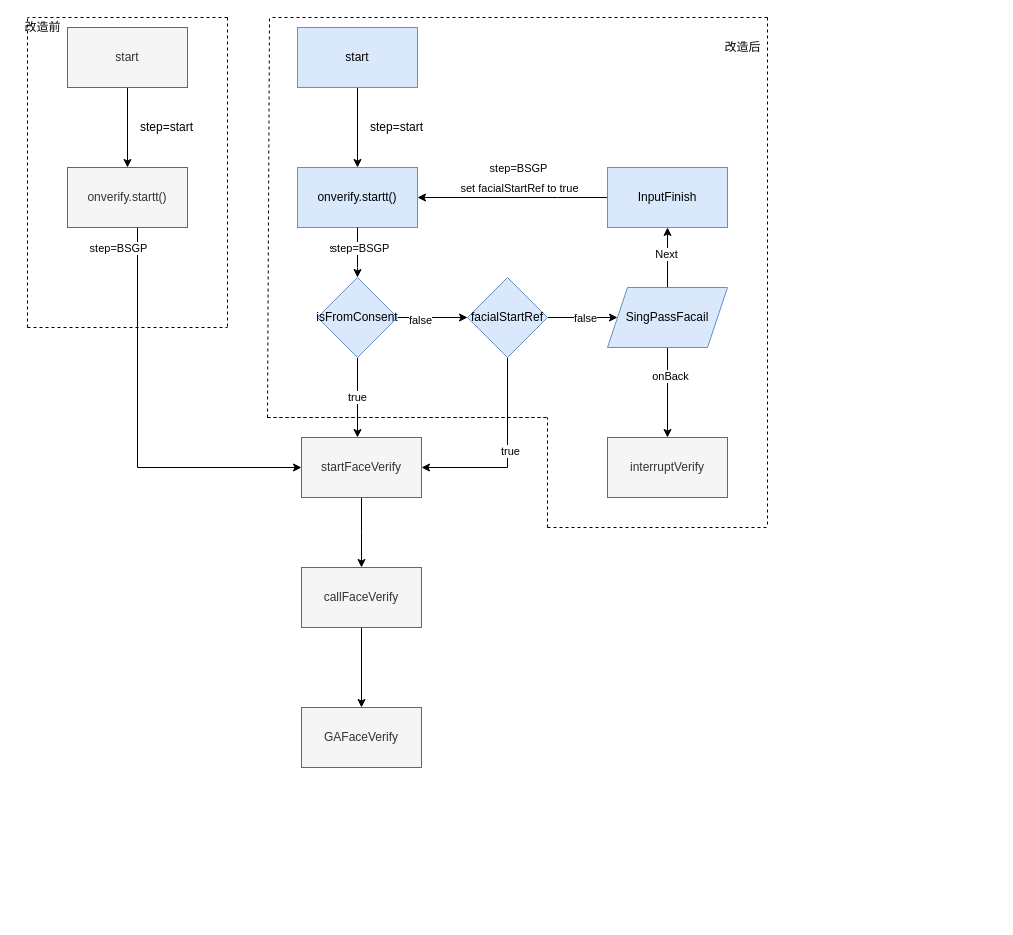
The draw.io diagram src/assets/Untitled Diagram.drawio in RexYao97/sfrex, before the edit. Source tidied: cells renumbered, new cells numbered last; positions are measured from the earlier drawing's top-left corner, leaving out a move shared by most shapes. Both pictures are drawn from the tidied source at 100%, with x=0, y=0 at pixel (17, 17).
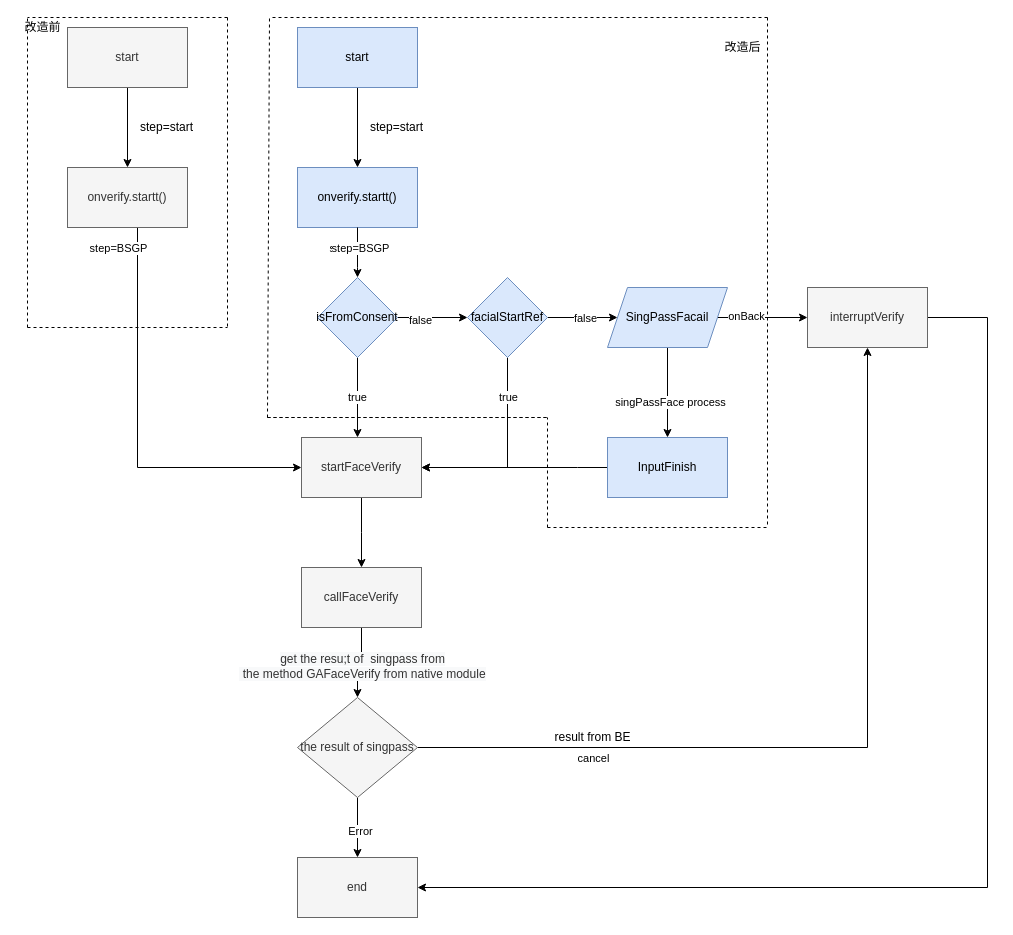
Above is the later version.

Unchanged cells that the change refers to:
```xml
<mxCell id="9" value="onverify.startt()" style="rounded=0;whiteSpace=wrap;html=1;fillColor=#dae8fc;strokeColor=#6c8ebf;" parent="1" vertex="1">
  <mxGeometry x="280" y="150" width="120" height="60" as="geometry" />
</mxCell>
<mxCell id="11" style="edgeStyle=orthogonalEdgeStyle;rounded=0;jettySize=auto;html=1;exitX=0.5;exitY=1;exitDx=0;exitDy=0;" parent="1" edge="1" source="9" target="31">
  <mxGeometry relative="1" as="geometry">
    <Array as="points">
      <mxPoint x="340" y="250" />
    </Array>
  </mxGeometry>
</mxCell>
<mxCell id="17" value="startFaceVerify" style="rounded=0;whiteSpace=wrap;html=1;fillColor=#f5f5f5;fontColor=#333333;strokeColor=#666666;" parent="1" vertex="1">
  <mxGeometry x="284" y="420" width="120" height="60" as="geometry" />
</mxCell>
<mxCell id="18" style="edgeStyle=orthogonalEdgeStyle;rounded=0;jettySize=auto;html=1;" parent="1" edge="1" source="19" target="20">
  <mxGeometry relative="1" as="geometry" />
</mxCell>
<mxCell id="23" style="edgeStyle=orthogonalEdgeStyle;rounded=0;jettySize=auto;html=1;startArrow=none;" parent="1" edge="1" source="32" target="28">
  <mxGeometry relative="1" as="geometry" />
</mxCell>
<mxCell id="47" style="edgeStyle=orthogonalEdgeStyle;rounded=0;jettySize=auto;html=1;entryX=1;entryY=0.5;entryDx=0;entryDy=0;" parent="1" edge="1" source="51" target="17">
  <mxGeometry relative="1" as="geometry">
    <Array as="points">
      <mxPoint x="490" y="450" />
    </Array>
  </mxGeometry>
</mxCell>
```

Diff of the diagram source:
```diff
@@
-    <mxCell id="13" value="step=BSGP" style="edgeLabel;html=1;align=center;verticalAlign=middle;" parent="11" vertex="1">
-      <mxGeometry x="-0.38" y="3" relative="1" as="geometry">
-        <mxPoint x="157" y="-76" as="offset" />
-      </mxGeometry>
-    </mxCell>
@@
+    <mxCell id="52" value="&lt;span style=&quot;color: rgb(51, 51, 51); font-size: 12px; background-color: rgb(248, 249, 250);&quot;&gt;get the resu;t of&amp;nbsp; singpass from&lt;br&gt;&amp;nbsp;the method GAFaceVerify from native module&lt;/span&gt;" style="edgeLabel;html=1;align=center;verticalAlign=middle;" parent="18" vertex="1">
+      <mxGeometry x="-0.38" y="-2" relative="1" as="geometry">
+        <mxPoint x="2" y="15" as="offset" />
+      </mxGeometry>
+    </mxCell>
@@
+    <mxCell id="53" style="edgeStyle=orthogonalEdgeStyle;rounded=0;jettySize=auto;html=1;" parent="1" edge="1" source="20" target="59">
+      <mxGeometry relative="1" as="geometry" />
+    </mxCell>
+    <mxCell id="54" value="cancel" style="edgeLabel;html=1;align=center;verticalAlign=middle;" parent="53" vertex="1">
+      <mxGeometry x="-0.22" y="-1" relative="1" as="geometry">
+        <mxPoint x="236" y="-63" as="offset" />
+      </mxGeometry>
+    </mxCell>
+    <mxCell id="55" value="Error" style="edgeLabel;html=1;align=center;verticalAlign=middle;" parent="53" vertex="1">
+      <mxGeometry x="0.08" y="2" relative="1" as="geometry">
+        <mxPoint y="1" as="offset" />
+      </mxGeometry>
+    </mxCell>
+    <mxCell id="56" style="edgeStyle=orthogonalEdgeStyle;rounded=0;jettySize=auto;html=1;entryX=0.5;entryY=1;entryDx=0;entryDy=0;" parent="1" edge="1" source="20" target="25">
+      <mxGeometry relative="1" as="geometry" />
+    </mxCell>
-    <mxCell id="20" value="GAFaceVerify" style="rounded=0;whiteSpace=wrap;html=1;fillColor=#f5f5f5;fontColor=#333333;strokeColor=#666666;" parent="1" vertex="1">
-      <mxGeometry x="284" y="690" width="120" height="60" as="geometry" />
+    <mxCell id="20" value="the result of singpass" style="rhombus;whiteSpace=wrap;html=1;fontFamily=Helvetica;fontSize=12;fontColor=#333333;align=center;strokeColor=#666666;fillColor=#f5f5f5;" parent="1" vertex="1">
+      <mxGeometry x="280" y="680" width="120" height="100" as="geometry" />
     </mxCell>
@@
-    <mxCell id="24" value="Next" style="edgeLabel;html=1;align=center;verticalAlign=middle;" parent="23" vertex="1">
+    <mxCell id="24" value="singPassFace process" style="edgeLabel;html=1;align=center;verticalAlign=middle;" parent="23" vertex="1">
       <mxGeometry x="0.17" y="2" relative="1" as="geometry">
         <mxPoint y="1" as="offset" />
       </mxGeometry>
     </mxCell>
+    <mxCell id="57" style="edgeStyle=orthogonalEdgeStyle;rounded=0;jettySize=auto;html=1;" parent="1" edge="1" source="25" target="59">
+      <mxGeometry relative="1" as="geometry">
+        <Array as="points">
+          <mxPoint x="970" y="300" />
+          <mxPoint x="970" y="870" />
+        </Array>
+      </mxGeometry>
+    </mxCell>
     <mxCell id="25" value="interruptVerify" style="whiteSpace=wrap;html=1;fillColor=#f5f5f5;strokeColor=#666666;fontColor=#333333;" parent="1" vertex="1">
-      <mxGeometry x="590" y="420" width="120" height="60" as="geometry" />
+      <mxGeometry x="790" y="270" width="120" height="60" as="geometry" />
     </mxCell>
-    <mxCell id="26" style="edgeStyle=orthogonalEdgeStyle;rounded=0;jettySize=auto;html=1;entryX=1;entryY=0.5;entryDx=0;entryDy=0;" parent="1" edge="1" source="28" target="9">
-      <mxGeometry relative="1" as="geometry">
-        <Array as="points">
-          <mxPoint x="540" y="180" />
-        </Array>
-      </mxGeometry>
-    </mxCell>
-    <mxCell id="27" value="set facialStartRef to true" style="edgeLabel;html=1;align=center;verticalAlign=middle;" parent="26" vertex="1">
-      <mxGeometry x="-0.29" y="-2" relative="1" as="geometry">
-        <mxPoint x="-22" y="-8" as="offset" />
-      </mxGeometry>
-    </mxCell>
+    <mxCell id="58" style="edgeStyle=orthogonalEdgeStyle;rounded=0;jettySize=auto;html=1;entryX=1;entryY=0.5;entryDx=0;entryDy=0;" parent="1" edge="1" source="28" target="17">
+      <mxGeometry relative="1" as="geometry">
+        <Array as="points">
+          <mxPoint x="560" y="450" />
+          <mxPoint x="560" y="450" />
+        </Array>
+      </mxGeometry>
+    </mxCell>
     <mxCell id="28" value="InputFinish" style="whiteSpace=wrap;html=1;fillColor=#dae8fc;strokeColor=#6c8ebf;" parent="1" vertex="1">
-      <mxGeometry x="590" y="150" width="120" height="60" as="geometry" />
+      <mxGeometry x="590" y="420" width="120" height="60" as="geometry" />
     </mxCell>
@@
     <mxCell id="48" value="true" style="edgeLabel;html=1;align=center;verticalAlign=middle;" parent="47" vertex="1">
-      <mxGeometry x="-0.05" y="2" relative="1" as="geometry" />
+      <mxGeometry x="-0.05" y="2" relative="1" as="geometry">
+        <mxPoint x="-2" y="-54" as="offset" />
+      </mxGeometry>
     </mxCell>
@@
+    <mxCell id="59" value="end" style="rounded=0;whiteSpace=wrap;html=1;fillColor=#f5f5f5;fontColor=#333333;strokeColor=#666666;" parent="1" vertex="1">
+      <mxGeometry x="280" y="840" width="120" height="60" as="geometry" />
+    </mxCell>
+    <mxCell id="60" value="result from BE" style="text;html=1;align=center;verticalAlign=middle;strokeColor=none;fillColor=none;" parent="1" vertex="1">
+      <mxGeometry x="530" y="710" width="90" height="20" as="geometry" />
+    </mxCell>
```
